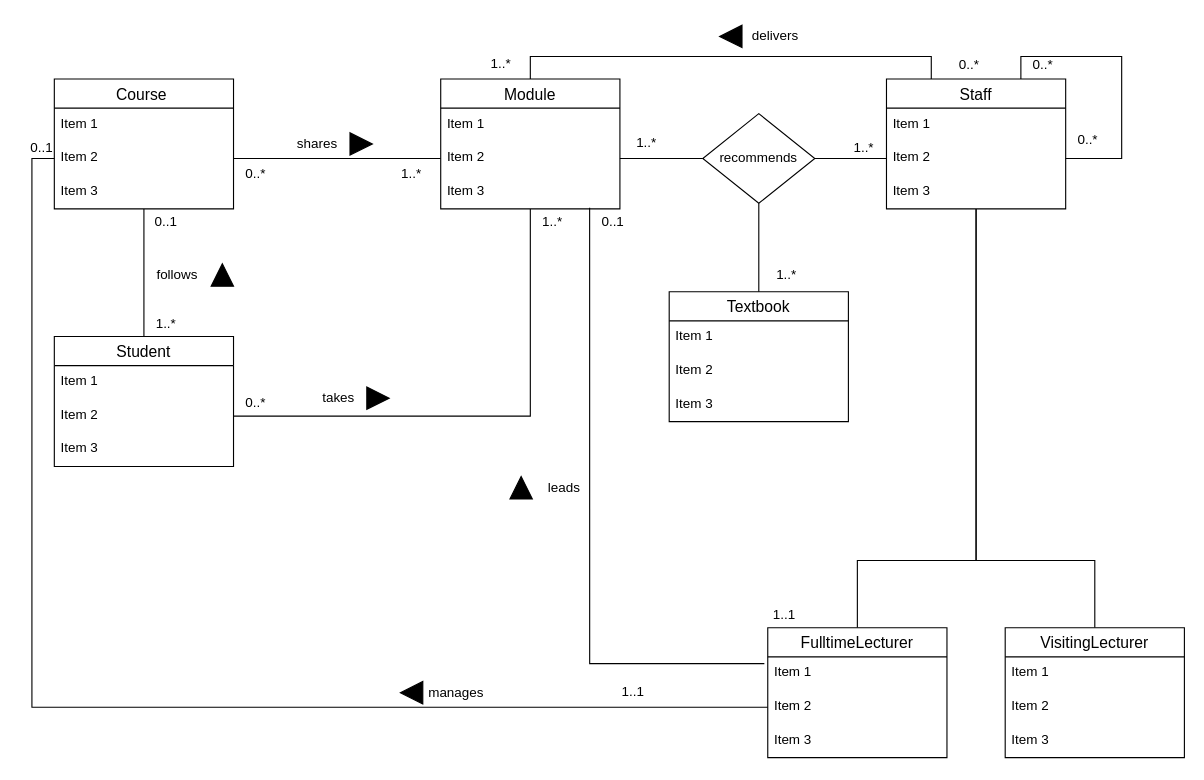
This is page "MyAnswers" (1 of 2) of Tutorial 2/Tutorial2_Exercise2.drawio from ChitharaKarunasekera/DatabaseSystemsTutorials, a draw.io file, before an edit. Source tidied: cells renumbered, new cells numbered last; positions are measured from the earlier drawing's top-left corner, leaving out a move shared by most shapes. Both pictures are drawn from the tidied source at 112%, with x=0, y=0 at pixel (19, 19).
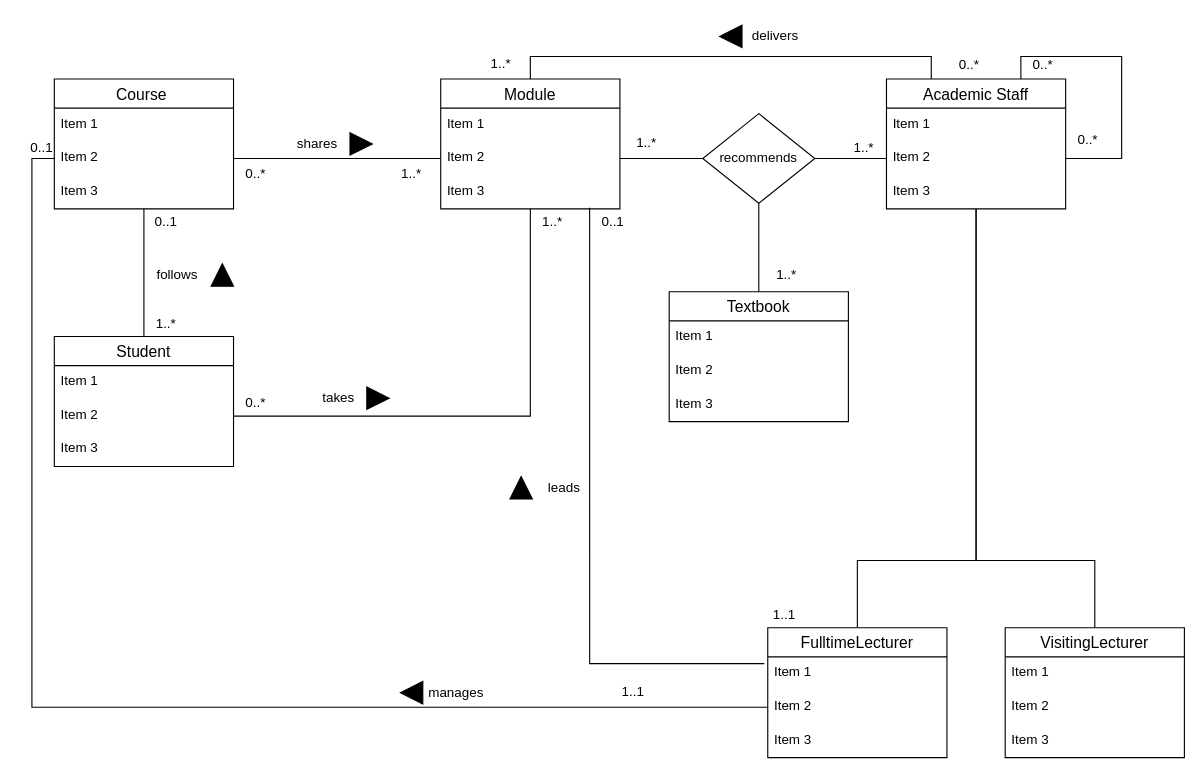
The same diagram, later.

The edit, as a diff of the source:
```diff
@@
-    <mxCell id="32" value="Staff" style="swimlane;fontStyle=0;horizontal=1;startSize=26;align=center;fontSize=14;" parent="1" vertex="1">
+    <mxCell id="32" value="Academic Staff" style="swimlane;fontStyle=0;horizontal=1;startSize=26;align=center;fontSize=14;" parent="1" vertex="1">
       <mxGeometry x="774" y="53" width="160" height="116" as="geometry" />
     </mxCell>
```
